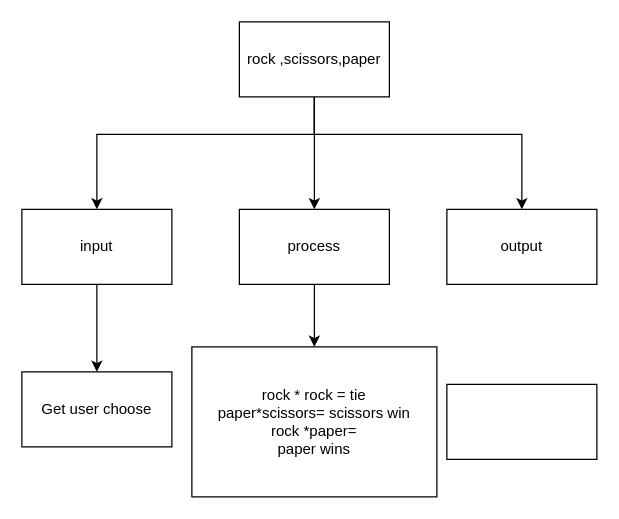
The draw.io diagram Design/top-down.drawio in mohammedal-ess/ics4u-assignemnt1-typescript, before the edit. Source tidied: cells renumbered, new cells numbered last; positions are measured from the earlier drawing's top-left corner, leaving out a move shared by most shapes. Both pictures are drawn from the tidied source at 125%, with x=0, y=0 at pixel (21, 21).
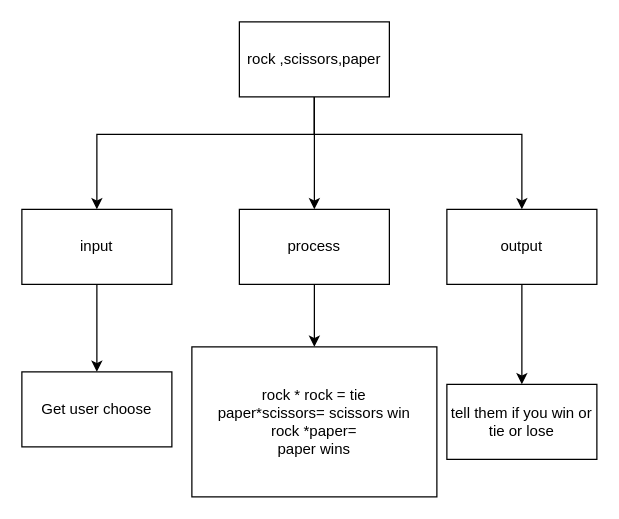
The same diagram, later.

Commit message (it also covers changes not shown here):
add top-down added topdown png

Change to the diagram source:
```diff
@@
 <mxGraphModel>
   <root>
     <mxCell id="0" />
     <mxCell id="1" parent="0" />
     <mxCell id="2" style="edgeStyle=orthogonalEdgeStyle;html=1;entryX=0.5;entryY=0;entryDx=0;entryDy=0;rounded=0;" parent="1" edge="1" source="5" target="10">
       <mxGeometry relative="1" as="geometry">
         <Array as="points">
           <mxPoint x="234" y="90" />
           <mxPoint x="60" y="90" />
         </Array>
       </mxGeometry>
     </mxCell>
     <mxCell id="3" style="edgeStyle=orthogonalEdgeStyle;rounded=0;html=1;" parent="1" edge="1" source="5" target="8">
       <mxGeometry relative="1" as="geometry" />
     </mxCell>
     <mxCell id="4" style="edgeStyle=orthogonalEdgeStyle;rounded=0;html=1;" parent="1" edge="1" source="5" target="6">
       <mxGeometry relative="1" as="geometry">
         <Array as="points">
           <mxPoint x="234" y="90" />
           <mxPoint x="400" y="90" />
         </Array>
       </mxGeometry>
     </mxCell>
     <mxCell id="5" value="rock ,scissors,paper" style="rounded=0;whiteSpace=wrap;html=1;" parent="1" vertex="1">
       <mxGeometry x="174" width="120" height="60" as="geometry" />
     </mxCell>
+    <mxCell id="14" style="edgeStyle=orthogonalEdgeStyle;rounded=0;html=1;" parent="1" edge="1" source="6" target="13">
+      <mxGeometry relative="1" as="geometry" />
+    </mxCell>
     <mxCell id="6" value="output" style="rounded=0;whiteSpace=wrap;html=1;" parent="1" vertex="1">
       <mxGeometry x="340" y="150" width="120" height="60" as="geometry" />
     </mxCell>
     <mxCell id="7" style="edgeStyle=orthogonalEdgeStyle;rounded=0;html=1;" parent="1" edge="1" source="8" target="12">
       <mxGeometry relative="1" as="geometry" />
     </mxCell>
     <mxCell id="8" value="process" style="rounded=0;whiteSpace=wrap;html=1;" parent="1" vertex="1">
       <mxGeometry x="174" y="150" width="120" height="60" as="geometry" />
     </mxCell>
     <mxCell id="9" style="edgeStyle=orthogonalEdgeStyle;rounded=0;html=1;" parent="1" edge="1" source="10" target="11">
       <mxGeometry relative="1" as="geometry" />
     </mxCell>
     <mxCell id="10" value="input" style="rounded=0;whiteSpace=wrap;html=1;" parent="1" vertex="1">
       <mxGeometry y="150" width="120" height="60" as="geometry" />
     </mxCell>
     <mxCell id="11" value="Get user choose" style="rounded=0;whiteSpace=wrap;html=1;" parent="1" vertex="1">
       <mxGeometry y="280" width="120" height="60" as="geometry" />
     </mxCell>
     <mxCell id="12" value="rock * rock = tie&lt;br&gt;paper*scissors= scissors win&lt;br&gt;rock *paper=&lt;br&gt;paper wins" style="rounded=0;whiteSpace=wrap;html=1;" parent="1" vertex="1">
       <mxGeometry x="136" y="260" width="196" height="120" as="geometry" />
     </mxCell>
-    <mxCell id="13" style="rounded=0;whiteSpace=wrap;html=1;" parent="1" vertex="1">
+    <mxCell id="13" value="tell them if you win or tie or lose" style="rounded=0;whiteSpace=wrap;html=1;" parent="1" vertex="1">
       <mxGeometry x="340" y="290" width="120" height="60" as="geometry" />
     </mxCell>
   </root>
 </mxGraphModel>
```
